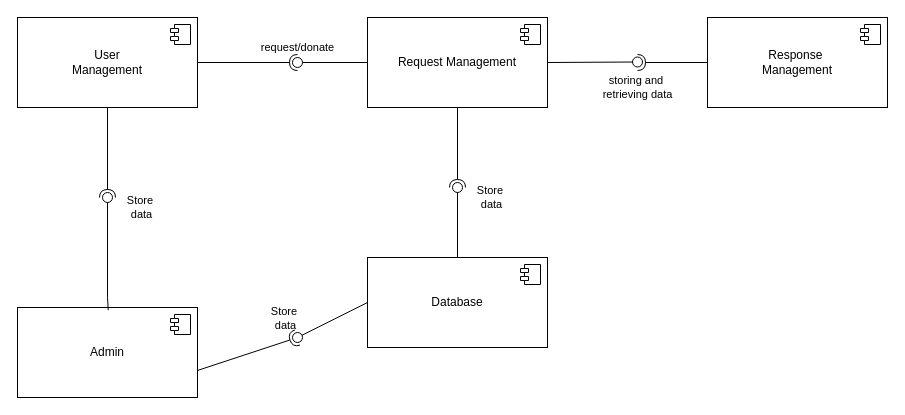
Earlier version of the draw.io diagram Component Diagram.drawio (shubham-sham-jagtap/JAVA). Source tidied: cells renumbered, new cells numbered last; positions are measured from the earlier drawing's top-left corner, leaving out a move shared by most shapes. Both pictures are drawn from the tidied source at 100%, with x=0, y=0 at pixel (17, 17).
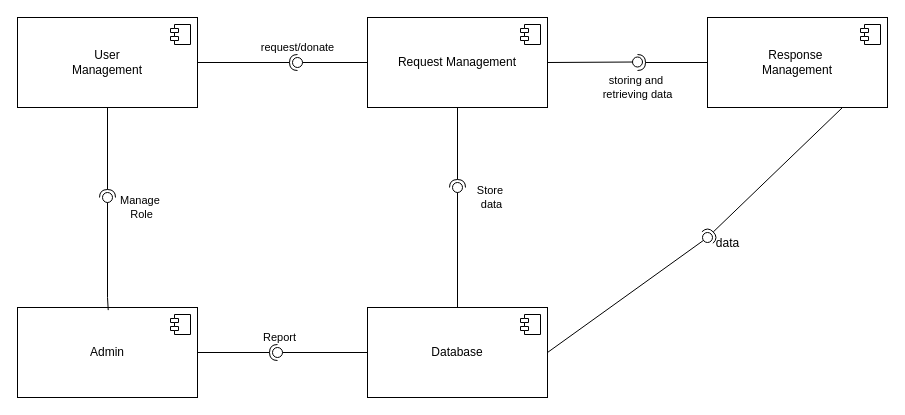
The same diagram, later.

Unchanged cells that the change refers to:
```xml
<mxCell id="6" value="Response&amp;nbsp;&lt;div&gt;Management&lt;/div&gt;" style="html=1;whiteSpace=wrap;" parent="1" vertex="1">
  <mxGeometry x="690" width="180" height="90" as="geometry" />
</mxCell>
<mxCell id="17" value="Admin" style="html=1;whiteSpace=wrap;" parent="1" vertex="1">
  <mxGeometry y="290" width="180" height="90" as="geometry" />
</mxCell>
```

The edit, as a diff of the source:
```diff
@@
     <mxCell id="8" value="Database" style="html=1;whiteSpace=wrap;" parent="1" vertex="1">
-      <mxGeometry x="350" y="240" width="180" height="90" as="geometry" />
+      <mxGeometry x="350" y="290" width="180" height="90" as="geometry" />
     </mxCell>
@@
-    <mxCell id="20" value="Store&amp;nbsp;&lt;div&gt;data&lt;/div&gt;" style="rounded=0;jettySize=auto;html=1;endArrow=oval;endFill=0;sketch=0;sourcePerimeterSpacing=0;targetPerimeterSpacing=0;endSize=10;exitX=0.504;exitY=0.029;exitDx=0;exitDy=0;exitPerimeter=0;" parent="1" edge="1" source="17">
+    <mxCell id="20" value="Manage&amp;nbsp;&lt;div&gt;Role&lt;/div&gt;" style="rounded=0;jettySize=auto;html=1;endArrow=oval;endFill=0;sketch=0;sourcePerimeterSpacing=0;targetPerimeterSpacing=0;endSize=10;exitX=0.504;exitY=0.029;exitDx=0;exitDy=0;exitPerimeter=0;" parent="1" edge="1" source="17">
       <mxGeometry x="1" y="-32" relative="1" as="geometry">
         <mxPoint x="90" y="180" as="targetPoint" />
         <Array as="points">
           <mxPoint x="90" y="280" />
         </Array>
         <mxPoint x="2" y="10" as="offset" />
       </mxGeometry>
     </mxCell>
-    <mxCell id="21" value="Store&amp;nbsp;&lt;div&gt;data&lt;/div&gt;" style="rounded=0;jettySize=auto;html=1;endArrow=oval;endFill=0;sketch=0;sourcePerimeterSpacing=0;targetPerimeterSpacing=0;endSize=10;exitX=0;exitY=0.5;exitDx=0;exitDy=0;" parent="1" edge="1" source="8">
+    <mxCell id="21" value="&amp;nbsp;&lt;div&gt;Report&lt;/div&gt;" style="rounded=0;jettySize=auto;html=1;endArrow=oval;endFill=0;sketch=0;sourcePerimeterSpacing=0;targetPerimeterSpacing=0;endSize=10;exitX=0;exitY=0.5;exitDx=0;exitDy=0;" parent="1" edge="1" source="8">
       <mxGeometry x="1" y="-32" relative="1" as="geometry">
-        <mxPoint x="280" y="320" as="targetPoint" />
+        <mxPoint x="260" y="335" as="targetPoint" />
         <mxPoint x="2" y="10" as="offset" />
       </mxGeometry>
     </mxCell>
-    <mxCell id="22" style="rounded=0;jettySize=auto;html=1;endArrow=halfCircle;endFill=0;endSize=6;strokeWidth=1;sketch=0;exitX=1.001;exitY=0.699;exitDx=0;exitDy=0;exitPerimeter=0;" parent="1" edge="1" source="17">
+    <mxCell id="22" style="rounded=0;jettySize=auto;html=1;endArrow=halfCircle;endFill=0;endSize=6;strokeWidth=1;sketch=0;exitX=1;exitY=0.5;exitDx=0;exitDy=0;" parent="1" edge="1" source="17">
       <mxGeometry relative="1" as="geometry">
-        <mxPoint x="280" y="320" as="targetPoint" />
+        <mxPoint x="260" y="335" as="targetPoint" />
       </mxGeometry>
     </mxCell>
+    <mxCell id="23" style="rounded=0;jettySize=auto;html=1;endArrow=halfCircle;endFill=0;endSize=6;strokeWidth=1;sketch=0;exitX=0.75;exitY=1;exitDx=0;exitDy=0;" parent="1" edge="1" source="6">
+      <mxGeometry relative="1" as="geometry">
+        <mxPoint x="690" y="220" as="targetPoint" />
+      </mxGeometry>
+    </mxCell>
+    <mxCell id="24" style="rounded=0;jettySize=auto;html=1;endArrow=oval;endFill=0;sketch=0;sourcePerimeterSpacing=0;targetPerimeterSpacing=0;endSize=10;exitX=1;exitY=0.5;exitDx=0;exitDy=0;" parent="1" edge="1" source="8">
+      <mxGeometry x="1" y="-25" relative="1" as="geometry">
+        <mxPoint x="690" y="220" as="targetPoint" />
+        <mxPoint y="1" as="offset" />
+      </mxGeometry>
+    </mxCell>
+    <mxCell id="25" value="data&lt;div&gt;&lt;br&gt;&lt;/div&gt;" style="text;html=1;align=center;verticalAlign=middle;strokeColor=none;fillColor=none;" parent="1" vertex="1">
+      <mxGeometry x="685" y="213" width="50" height="40" as="geometry" />
+    </mxCell>
```
